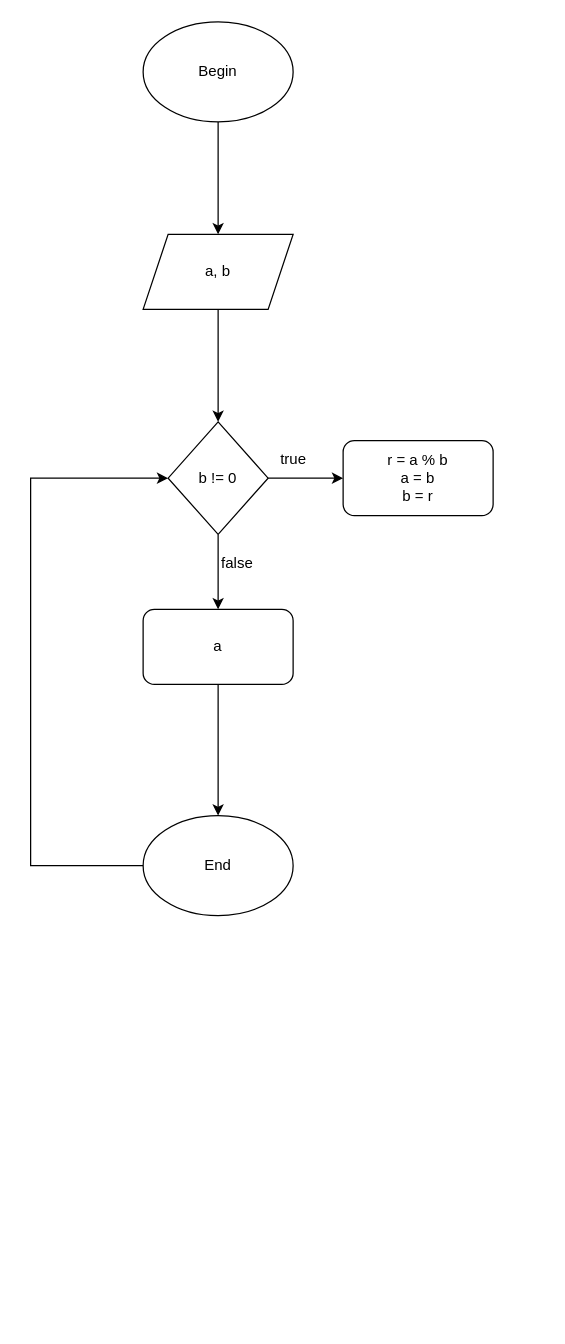
Before: self/classwork/buoi1/btvn/bai2/bai2.drawio in vucongtuanduong/dsa-codeptit, a draw.io diagram. Source tidied: cells renumbered, new cells numbered last; positions are measured from the earlier drawing's top-left corner, leaving out a move shared by most shapes. Both pictures are drawn from the tidied source at 125%, with x=0, y=0 at pixel (30, 21).
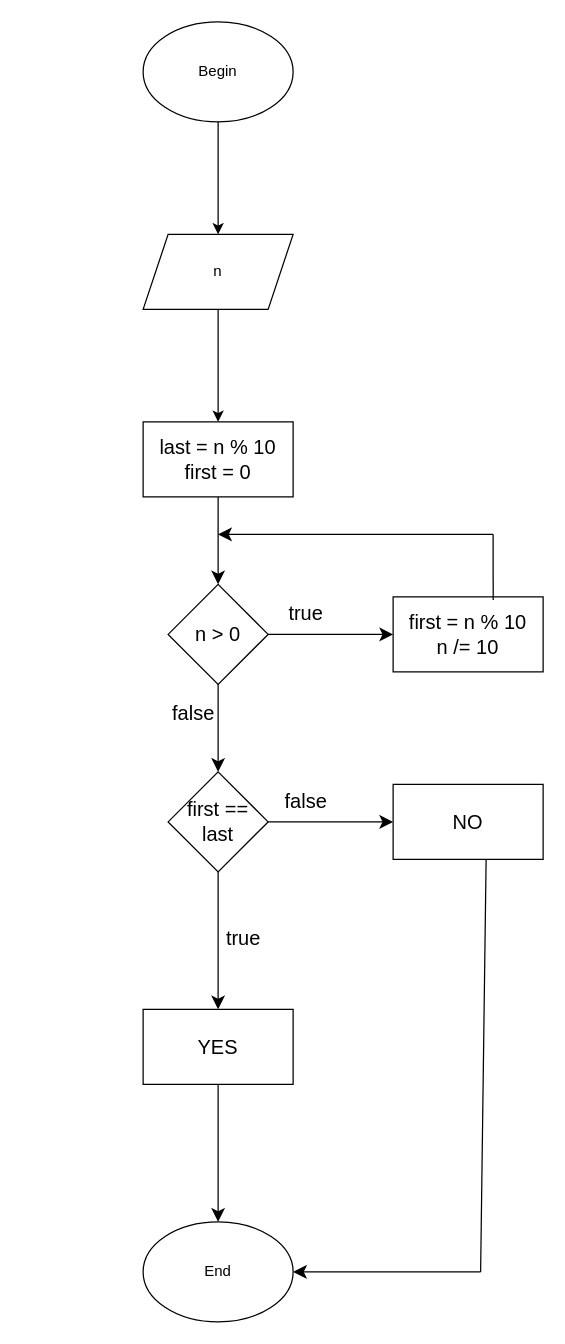
The same page after the edit.

What changed in the source:
```diff
@@
     <mxCell id="4" value="End" style="ellipse;whiteSpace=wrap;html=1;" parent="1" vertex="1">
-      <mxGeometry x="90" y="635" width="120" height="80" as="geometry" />
+      <mxGeometry x="90" y="960" width="120" height="80" as="geometry" />
     </mxCell>
-    <mxCell id="5" style="edgeStyle=orthogonalEdgeStyle;rounded=0;jettySize=auto;html=1;" parent="1" edge="1" source="7" target="8">
-      <mxGeometry relative="1" as="geometry" />
-    </mxCell>
-    <mxCell id="6" style="edgeStyle=orthogonalEdgeStyle;rounded=0;jettySize=auto;html=1;" parent="1" edge="1" source="7">
-      <mxGeometry relative="1" as="geometry">
-        <mxPoint x="150" y="470" as="targetPoint" />
-      </mxGeometry>
-    </mxCell>
-    <mxCell id="7" value="b != 0" style="rhombus;whiteSpace=wrap;html=1;" parent="1" vertex="1">
-      <mxGeometry x="110" y="320" width="80" height="90" as="geometry" />
-    </mxCell>
-    <mxCell id="8" value="r = a % b&lt;br&gt;a = b&lt;br&gt;b = r" style="rounded=1;whiteSpace=wrap;html=1;" parent="1" vertex="1">
-      <mxGeometry x="250" y="335" width="120" height="60" as="geometry" />
-    </mxCell>
-    <mxCell id="9" value="true" style="text;html=1;align=center;verticalAlign=middle;strokeColor=none;fillColor=none;" parent="1" vertex="1">
-      <mxGeometry x="190" y="335" width="40" height="30" as="geometry" />
-    </mxCell>
-    <mxCell id="10" value="false" style="text;html=1;align=center;verticalAlign=middle;strokeColor=none;fillColor=none;" parent="1" vertex="1">
-      <mxGeometry x="140" y="418" width="50" height="30" as="geometry" />
-    </mxCell>
-    <mxCell id="11" value="a, b" style="shape=parallelogram;perimeter=parallelogramPerimeter;whiteSpace=wrap;html=1;fixedSize=1;" parent="1" vertex="1">
+    <mxCell id="11" value="n" style="shape=parallelogram;perimeter=parallelogramPerimeter;whiteSpace=wrap;html=1;fixedSize=1;" parent="1" vertex="1">
       <mxGeometry x="90" y="170" width="120" height="60" as="geometry" />
     </mxCell>
-    <mxCell id="12" style="endArrow=classic;html=1;rounded=0;entryX=0;entryY=0.5;entryDx=0;entryDy=0;exitX=0;exitY=0.5;exitDx=0;exitDy=0;" parent="1" edge="1" source="4" target="7">
-      <mxGeometry relative="1" as="geometry">
-        <Array as="points">
-          <mxPoint y="675" />
-          <mxPoint y="440" />
-          <mxPoint y="365" />
-        </Array>
-      </mxGeometry>
-    </mxCell>
-    <mxCell id="13" value="a" style="rounded=1;whiteSpace=wrap;html=1;" parent="1" vertex="1">
-      <mxGeometry x="90" y="470" width="120" height="60" as="geometry" />
-    </mxCell>
-    <mxCell id="14" style="endArrow=classic;html=1;rounded=0;exitX=0.5;exitY=1;exitDx=0;exitDy=0;entryX=0.5;entryY=0;entryDx=0;entryDy=0;" parent="1" edge="1" source="13" target="4">
-      <mxGeometry relative="1" as="geometry" />
-    </mxCell>
-    <mxCell id="15" style="endArrow=classic;html=1;rounded=0;entryX=0.5;entryY=0;entryDx=0;entryDy=0;exitX=0.5;exitY=1;exitDx=0;exitDy=0;" parent="1" edge="1" source="11" target="7">
-      <mxGeometry relative="1" as="geometry" />
+    <mxCell id="15" style="endArrow=classic;html=1;rounded=0;entryX=0.5;entryY=0;entryDx=0;entryDy=0;exitX=0.5;exitY=1;exitDx=0;exitDy=0;" parent="1" edge="1" source="11">
+      <mxGeometry relative="1" as="geometry">
+        <mxPoint x="150" y="320" as="targetPoint" />
+      </mxGeometry>
     </mxCell>
+    <mxCell id="16" style="edgeStyle=none;curved=1;rounded=0;jettySize=auto;html=1;fontSize=12;startSize=8;endSize=8;" parent="1" edge="1" source="17" target="20">
+      <mxGeometry relative="1" as="geometry" />
+    </mxCell>
+    <mxCell id="17" value="last = n % 10&lt;br&gt;first = 0" style="whiteSpace=wrap;html=1;fontSize=16;" parent="1" vertex="1">
+      <mxGeometry x="90" y="320" width="120" height="60" as="geometry" />
+    </mxCell>
+    <mxCell id="18" style="edgeStyle=none;curved=1;rounded=0;jettySize=auto;html=1;fontSize=12;startSize=8;endSize=8;" parent="1" edge="1" target="23">
+      <mxGeometry relative="1" as="geometry">
+        <mxPoint x="150" y="480" as="sourcePoint" />
+      </mxGeometry>
+    </mxCell>
+    <mxCell id="19" style="edgeStyle=none;curved=1;rounded=0;jettySize=auto;html=1;fontSize=12;startSize=8;endSize=8;" parent="1" edge="1" source="20" target="32">
+      <mxGeometry relative="1" as="geometry" />
+    </mxCell>
+    <mxCell id="20" value="n &amp;gt; 0" style="rhombus;whiteSpace=wrap;html=1;fontSize=16;" parent="1" vertex="1">
+      <mxGeometry x="110" y="450" width="80" height="80" as="geometry" />
+    </mxCell>
+    <mxCell id="21" style="edgeStyle=none;curved=1;rounded=0;jettySize=auto;html=1;fontSize=12;startSize=8;endSize=8;" parent="1" edge="1" source="23">
+      <mxGeometry relative="1" as="geometry">
+        <mxPoint x="150" y="790" as="targetPoint" />
+      </mxGeometry>
+    </mxCell>
+    <mxCell id="22" style="edgeStyle=none;curved=1;rounded=0;jettySize=auto;html=1;fontSize=12;startSize=8;endSize=8;" parent="1" edge="1" source="23" target="26">
+      <mxGeometry relative="1" as="geometry" />
+    </mxCell>
+    <mxCell id="23" value="first == last" style="rhombus;whiteSpace=wrap;html=1;fontSize=16;" parent="1" vertex="1">
+      <mxGeometry x="110" y="600" width="80" height="80" as="geometry" />
+    </mxCell>
+    <mxCell id="24" style="edgeStyle=none;curved=1;rounded=0;jettySize=auto;html=1;fontSize=12;startSize=8;endSize=8;" parent="1" edge="1" source="25" target="4">
+      <mxGeometry relative="1" as="geometry" />
+    </mxCell>
+    <mxCell id="25" value="YES" style="whiteSpace=wrap;html=1;fontSize=16;" parent="1" vertex="1">
+      <mxGeometry x="90" y="790" width="120" height="60" as="geometry" />
+    </mxCell>
+    <mxCell id="26" value="NO" style="whiteSpace=wrap;html=1;fontSize=16;" parent="1" vertex="1">
+      <mxGeometry x="290" y="610" width="120" height="60" as="geometry" />
+    </mxCell>
+    <mxCell id="27" value="false" style="text;html=1;align=center;verticalAlign=middle;strokeColor=none;fillColor=none;fontSize=16;" parent="1" vertex="1">
+      <mxGeometry x="190" y="608" width="60" height="30" as="geometry" />
+    </mxCell>
+    <mxCell id="28" value="true" style="text;html=1;align=center;verticalAlign=middle;strokeColor=none;fillColor=none;fontSize=16;" parent="1" vertex="1">
+      <mxGeometry x="145" y="718" width="50" height="30" as="geometry" />
+    </mxCell>
+    <mxCell id="29" style="endArrow=classic;html=1;rounded=0;fontSize=12;startSize=8;endSize=8;curved=1;" parent="1" edge="1">
+      <mxGeometry relative="1" as="geometry">
+        <mxPoint x="360" y="1000" as="sourcePoint" />
+        <mxPoint x="210" y="1000" as="targetPoint" />
+      </mxGeometry>
+    </mxCell>
+    <mxCell id="30" style="endArrow=none;html=1;rounded=0;fontSize=12;startSize=8;endSize=8;curved=1;entryX=0.62;entryY=0.997;entryDx=0;entryDy=0;entryPerimeter=0;" parent="1" edge="1" target="26">
+      <mxGeometry relative="1" as="geometry">
+        <mxPoint x="360" y="1000" as="sourcePoint" />
+      </mxGeometry>
+    </mxCell>
+    <mxCell id="31" value="false" style="text;html=1;align=center;verticalAlign=middle;strokeColor=none;fillColor=none;fontSize=16;" parent="1" vertex="1">
+      <mxGeometry x="100" y="538" width="60" height="30" as="geometry" />
+    </mxCell>
+    <mxCell id="32" value="first = n % 10&lt;br&gt;n /= 10" style="whiteSpace=wrap;html=1;fontSize=16;" parent="1" vertex="1">
+      <mxGeometry x="290" y="460" width="120" height="60" as="geometry" />
+    </mxCell>
+    <mxCell id="33" value="true" style="text;html=1;align=center;verticalAlign=middle;strokeColor=none;fillColor=none;fontSize=16;" parent="1" vertex="1">
+      <mxGeometry x="195" y="458" width="50" height="30" as="geometry" />
+    </mxCell>
+    <mxCell id="34" style="endArrow=classic;html=1;rounded=0;fontSize=12;startSize=8;endSize=8;curved=1;" parent="1" edge="1">
+      <mxGeometry relative="1" as="geometry">
+        <mxPoint x="370" y="410" as="sourcePoint" />
+        <mxPoint x="150" y="410" as="targetPoint" />
+        <Array as="points">
+          <mxPoint x="320" y="410" />
+          <mxPoint x="270" y="410" />
+        </Array>
+      </mxGeometry>
+    </mxCell>
+    <mxCell id="35" style="endArrow=none;html=1;rounded=0;fontSize=12;startSize=8;endSize=8;curved=1;exitX=0.667;exitY=0.043;exitDx=0;exitDy=0;exitPerimeter=0;" parent="1" edge="1" source="32">
+      <mxGeometry relative="1" as="geometry">
+        <mxPoint x="370" y="410" as="targetPoint" />
+      </mxGeometry>
+    </mxCell>
```
